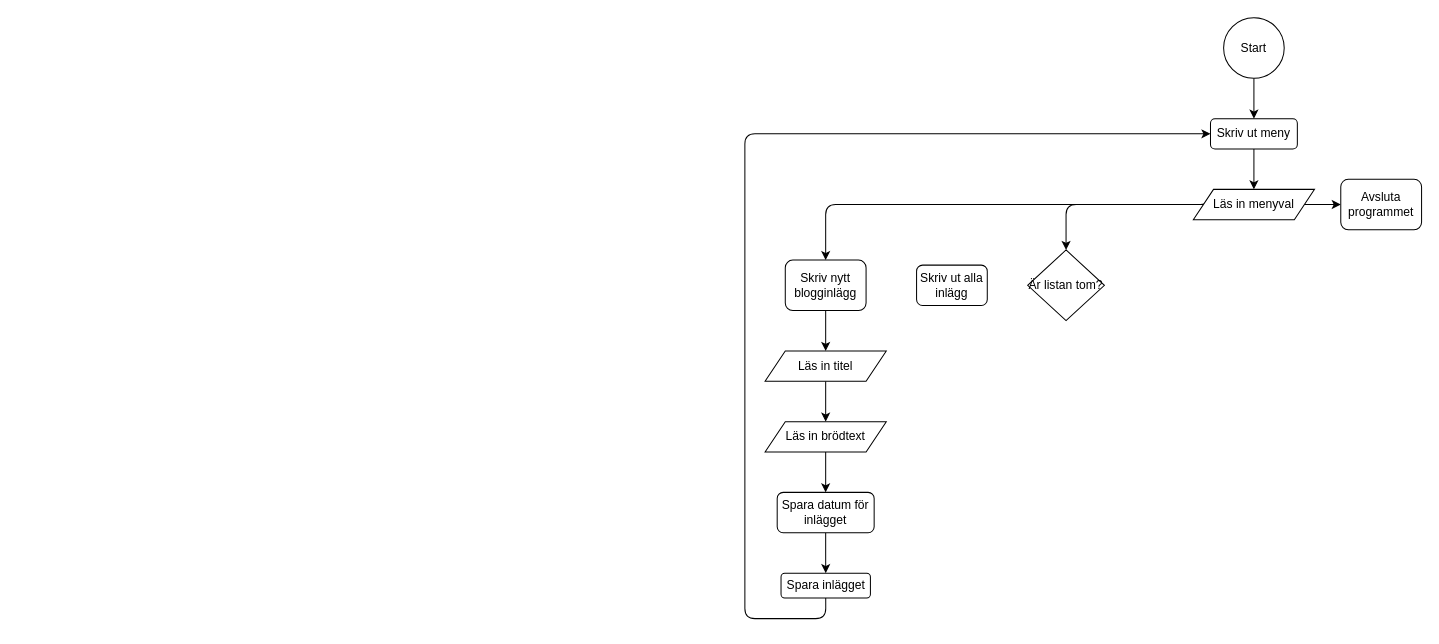
This is Bloggen.drawio from JakeBow/shopping-list, a draw.io file, before an edit. Source tidied: cells renumbered, new cells numbered last; positions are measured from the earlier drawing's top-left corner, leaving out a move shared by most shapes. Both pictures are drawn from the tidied source at 101%, with x=0, y=0 at pixel (744, 17).
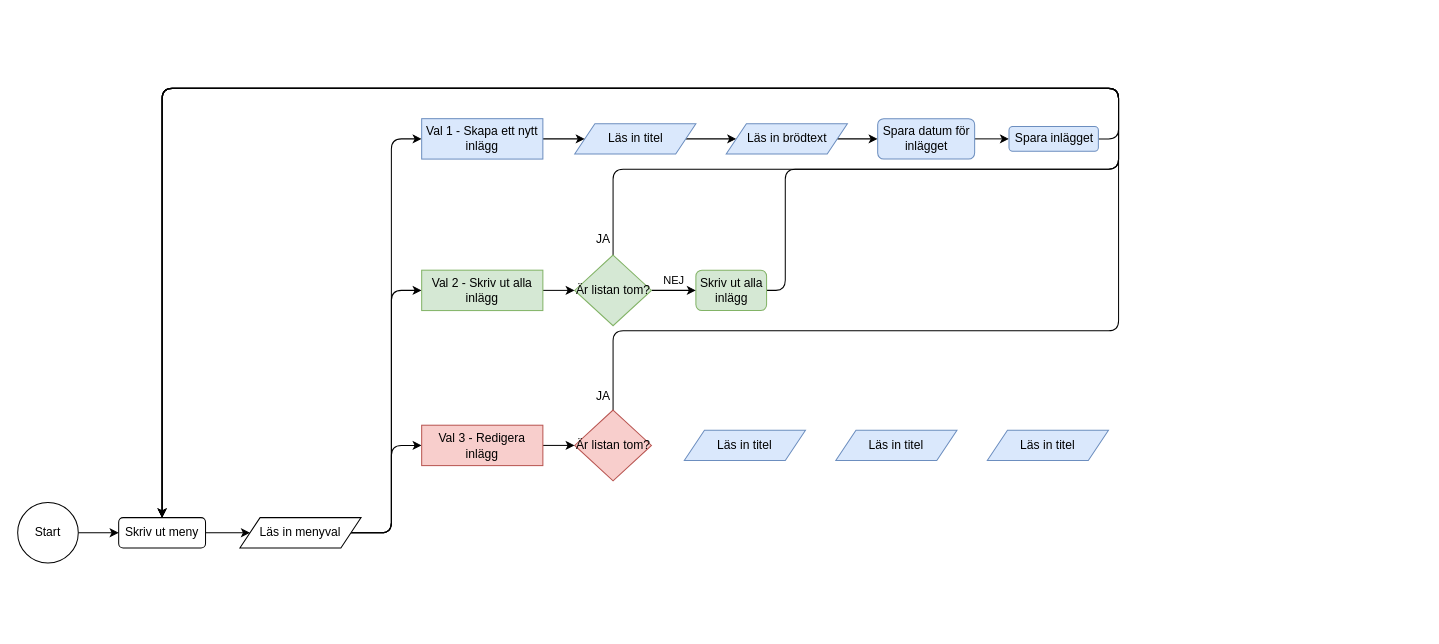
After the change.

What changed in the source:
```diff
@@
-    <mxCell id="2" style="edgeStyle=orthogonalEdgeStyle;rounded=0;jettySize=auto;html=1;exitX=0.5;exitY=1;exitDx=0;exitDy=0;" parent="1" edge="1" source="3" target="9">
+    <mxCell id="2" style="edgeStyle=orthogonalEdgeStyle;shape=connector;curved=0;rounded=1;jettySize=auto;html=1;exitX=1;exitY=0.5;exitDx=0;exitDy=0;entryX=0;entryY=0.5;entryDx=0;entryDy=0;strokeColor=default;align=center;verticalAlign=middle;fontFamily=Helvetica;fontSize=11;fontColor=default;labelBackgroundColor=default;endArrow=classic;" parent="1" edge="1" source="3" target="9">
       <mxGeometry relative="1" as="geometry" />
     </mxCell>
     <mxCell id="3" value="Skriv ut meny" style="rounded=1;whiteSpace=wrap;html=1;fontSize=12;glass=0;strokeWidth=1;shadow=0;" parent="1" vertex="1">
-      <mxGeometry x="461" y="100" width="86" height="30" as="geometry" />
+      <mxGeometry x="-620" y="495" width="86" height="30" as="geometry" />
     </mxCell>
-    <mxCell id="4" style="edgeStyle=orthogonalEdgeStyle;rounded=0;jettySize=auto;html=1;exitX=0.5;exitY=1;exitDx=0;exitDy=0;entryX=0.5;entryY=0;entryDx=0;entryDy=0;" parent="1" edge="1" source="5" target="3">
+    <mxCell id="4" style="edgeStyle=orthogonalEdgeStyle;shape=connector;curved=0;rounded=1;jettySize=auto;html=1;exitX=1;exitY=0.5;exitDx=0;exitDy=0;entryX=0;entryY=0.5;entryDx=0;entryDy=0;strokeColor=default;align=center;verticalAlign=middle;fontFamily=Helvetica;fontSize=11;fontColor=default;labelBackgroundColor=default;endArrow=classic;" parent="1" edge="1" source="5" target="3">
       <mxGeometry relative="1" as="geometry" />
     </mxCell>
     <mxCell id="5" value="Start" style="ellipse;whiteSpace=wrap;html=1;" parent="1" vertex="1">
-      <mxGeometry x="474" width="60" height="60" as="geometry" />
+      <mxGeometry x="-720" y="480" width="60" height="60" as="geometry" />
     </mxCell>
-    <mxCell id="6" style="edgeStyle=orthogonalEdgeStyle;rounded=0;jettySize=auto;html=1;exitX=1;exitY=0.5;exitDx=0;exitDy=0;entryX=0;entryY=0.5;entryDx=0;entryDy=0;" parent="1" edge="1" source="9" target="10">
-      <mxGeometry relative="1" as="geometry" />
-    </mxCell>
-    <mxCell id="7" style="edgeStyle=orthogonalEdgeStyle;rounded=1;jettySize=auto;html=1;exitX=0;exitY=0;exitDx=0;exitDy=0;entryX=0.5;entryY=0;entryDx=0;entryDy=0;curved=0;" parent="1" edge="1" source="9" target="12">
-      <mxGeometry relative="1" as="geometry">
-        <Array as="points">
-          <mxPoint x="461" y="185" />
-          <mxPoint x="80" y="185" />
-        </Array>
-      </mxGeometry>
-    </mxCell>
-    <mxCell id="8" style="edgeStyle=orthogonalEdgeStyle;shape=connector;curved=0;rounded=1;jettySize=auto;html=1;exitX=0;exitY=0.5;exitDx=0;exitDy=0;entryX=0.5;entryY=0;entryDx=0;entryDy=0;strokeColor=default;align=center;verticalAlign=middle;fontFamily=Helvetica;fontSize=11;fontColor=default;labelBackgroundColor=default;endArrow=classic;" parent="1" edge="1" source="9" target="21">
-      <mxGeometry relative="1" as="geometry" />
-    </mxCell>
+    <mxCell id="23" style="edgeStyle=orthogonalEdgeStyle;shape=connector;curved=0;rounded=1;jettySize=auto;html=1;exitX=1;exitY=0.5;exitDx=0;exitDy=0;entryX=0;entryY=0.5;entryDx=0;entryDy=0;strokeColor=default;align=center;verticalAlign=middle;fontFamily=Helvetica;fontSize=11;fontColor=default;labelBackgroundColor=default;endArrow=classic;" parent="1" edge="1" source="9" target="39">
+      <mxGeometry relative="1" as="geometry" />
+    </mxCell>
+    <mxCell id="24" style="edgeStyle=orthogonalEdgeStyle;shape=connector;curved=0;rounded=1;jettySize=auto;html=1;exitX=1;exitY=0.5;exitDx=0;exitDy=0;entryX=0;entryY=0.5;entryDx=0;entryDy=0;strokeColor=default;align=center;verticalAlign=middle;fontFamily=Helvetica;fontSize=11;fontColor=default;labelBackgroundColor=default;endArrow=classic;" parent="1" edge="1" source="9" target="41">
+      <mxGeometry relative="1" as="geometry" />
+    </mxCell>
+    <mxCell id="25" style="edgeStyle=orthogonalEdgeStyle;shape=connector;curved=0;rounded=1;jettySize=auto;html=1;exitX=1;exitY=0.5;exitDx=0;exitDy=0;entryX=0;entryY=0.5;entryDx=0;entryDy=0;strokeColor=default;align=center;verticalAlign=middle;fontFamily=Helvetica;fontSize=11;fontColor=default;labelBackgroundColor=default;endArrow=classic;" parent="1" edge="1" source="9" target="43">
+      <mxGeometry relative="1" as="geometry" />
+    </mxCell>
     <mxCell id="9" value="Läs in menyval" style="shape=parallelogram;perimeter=parallelogramPerimeter;whiteSpace=wrap;html=1;fixedSize=1;" parent="1" vertex="1">
-      <mxGeometry x="444" y="170" width="120" height="30" as="geometry" />
+      <mxGeometry x="-500" y="495" width="120" height="30" as="geometry" />
     </mxCell>
-    <mxCell id="10" value="Avsluta programmet" style="rounded=1;whiteSpace=wrap;html=1;" parent="1" vertex="1">
-      <mxGeometry x="590" y="160" width="80" height="50" as="geometry" />
-    </mxCell>
-    <mxCell id="11" style="edgeStyle=orthogonalEdgeStyle;rounded=0;jettySize=auto;html=1;exitX=0.5;exitY=1;exitDx=0;exitDy=0;entryX=0.5;entryY=0;entryDx=0;entryDy=0;" parent="1" edge="1" source="12" target="14">
-      <mxGeometry relative="1" as="geometry" />
-    </mxCell>
-    <mxCell id="12" value="Skriv nytt blogginlägg" style="rounded=1;whiteSpace=wrap;html=1;" parent="1" vertex="1">
-      <mxGeometry x="40" y="240" width="80" height="50" as="geometry" />
-    </mxCell>
-    <mxCell id="13" style="edgeStyle=orthogonalEdgeStyle;rounded=0;jettySize=auto;html=1;exitX=0.5;exitY=1;exitDx=0;exitDy=0;entryX=0.5;entryY=0;entryDx=0;entryDy=0;" parent="1" edge="1" source="14" target="16">
-      <mxGeometry relative="1" as="geometry" />
-    </mxCell>
-    <mxCell id="14" value="Läs in titel" style="shape=parallelogram;perimeter=parallelogramPerimeter;whiteSpace=wrap;html=1;fixedSize=1;" parent="1" vertex="1">
-      <mxGeometry x="20" y="330" width="120" height="30" as="geometry" />
-    </mxCell>
+    <mxCell id="26" style="edgeStyle=orthogonalEdgeStyle;shape=connector;curved=0;rounded=1;jettySize=auto;html=1;exitX=1;exitY=0.5;exitDx=0;exitDy=0;entryX=0.5;entryY=0;entryDx=0;entryDy=0;strokeColor=default;align=center;verticalAlign=middle;fontFamily=Helvetica;fontSize=11;fontColor=default;labelBackgroundColor=default;endArrow=classic;" parent="1" edge="1" source="22" target="3">
+      <mxGeometry relative="1" as="geometry">
+        <Array as="points">
+          <mxPoint x="40" y="270" />
+          <mxPoint x="40" y="150" />
+          <mxPoint x="370" y="150" />
+          <mxPoint x="370" y="70" />
+          <mxPoint x="-577" y="70" />
+        </Array>
+      </mxGeometry>
+    </mxCell>
+    <mxCell id="22" value="Skriv ut alla inlägg" style="rounded=1;whiteSpace=wrap;html=1;fillColor=#d5e8d4;strokeColor=#82b366;" parent="1" vertex="1">
+      <mxGeometry x="-48.5" y="250" width="70" height="40" as="geometry" />
+    </mxCell>
+    <mxCell id="27" style="edgeStyle=orthogonalEdgeStyle;shape=connector;curved=0;rounded=1;jettySize=auto;html=1;exitX=1;exitY=0.5;exitDx=0;exitDy=0;entryX=0;entryY=0.5;entryDx=0;entryDy=0;strokeColor=default;align=center;verticalAlign=middle;fontFamily=Helvetica;fontSize=11;fontColor=default;labelBackgroundColor=default;endArrow=classic;" parent="1" edge="1" source="29" target="22">
+      <mxGeometry relative="1" as="geometry" />
+    </mxCell>
+    <mxCell id="28" style="edgeStyle=orthogonalEdgeStyle;shape=connector;curved=0;rounded=1;jettySize=auto;html=1;exitX=0.5;exitY=0;exitDx=0;exitDy=0;entryX=0.5;entryY=0;entryDx=0;entryDy=0;strokeColor=default;align=center;verticalAlign=middle;fontFamily=Helvetica;fontSize=11;fontColor=default;labelBackgroundColor=default;endArrow=classic;" parent="1" edge="1" source="29" target="3">
+      <mxGeometry relative="1" as="geometry">
+        <Array as="points">
+          <mxPoint x="-130" y="150" />
+          <mxPoint x="370" y="150" />
+          <mxPoint x="370" y="70" />
+          <mxPoint x="-577" y="70" />
+        </Array>
+      </mxGeometry>
+    </mxCell>
+    <mxCell id="29" value="Är listan tom?" style="rhombus;whiteSpace=wrap;html=1;fillColor=#d5e8d4;strokeColor=#82b366;" parent="1" vertex="1">
+      <mxGeometry x="-168.5" y="235" width="76" height="70" as="geometry" />
+    </mxCell>
+    <mxCell id="30" style="edgeStyle=orthogonalEdgeStyle;shape=connector;curved=0;rounded=1;jettySize=auto;html=1;exitX=1;exitY=0.5;exitDx=0;exitDy=0;entryX=0;entryY=0.5;entryDx=0;entryDy=0;strokeColor=default;align=center;verticalAlign=middle;fontFamily=Helvetica;fontSize=11;fontColor=default;labelBackgroundColor=default;endArrow=classic;" parent="1" edge="1" source="31" target="16">
+      <mxGeometry relative="1" as="geometry" />
+    </mxCell>
+    <mxCell id="31" value="Läs in titel" style="shape=parallelogram;perimeter=parallelogramPerimeter;whiteSpace=wrap;html=1;fixedSize=1;fillColor=#dae8fc;strokeColor=#6c8ebf;" parent="1" vertex="1">
+      <mxGeometry x="-168.5" y="105" width="120" height="30" as="geometry" />
+    </mxCell>
-    <mxCell id="15" style="edgeStyle=orthogonalEdgeStyle;rounded=0;jettySize=auto;html=1;exitX=0.5;exitY=1;exitDx=0;exitDy=0;entryX=0.5;entryY=0;entryDx=0;entryDy=0;" parent="1" edge="1" source="16" target="18">
+    <mxCell id="15" style="edgeStyle=orthogonalEdgeStyle;shape=connector;curved=0;rounded=1;jettySize=auto;html=1;exitX=1;exitY=0.5;exitDx=0;exitDy=0;entryX=0;entryY=0.5;entryDx=0;entryDy=0;strokeColor=default;align=center;verticalAlign=middle;fontFamily=Helvetica;fontSize=11;fontColor=default;labelBackgroundColor=default;endArrow=classic;" parent="1" edge="1" source="16" target="18">
       <mxGeometry relative="1" as="geometry" />
     </mxCell>
-    <mxCell id="16" value="Läs in brödtext" style="shape=parallelogram;perimeter=parallelogramPerimeter;whiteSpace=wrap;html=1;fixedSize=1;" parent="1" vertex="1">
-      <mxGeometry x="20" y="400" width="120" height="30" as="geometry" />
+    <mxCell id="16" value="Läs in brödtext" style="shape=parallelogram;perimeter=parallelogramPerimeter;whiteSpace=wrap;html=1;fixedSize=1;fillColor=#dae8fc;strokeColor=#6c8ebf;" parent="1" vertex="1">
+      <mxGeometry x="-18.5" y="105" width="120" height="30" as="geometry" />
     </mxCell>
-    <mxCell id="17" style="edgeStyle=orthogonalEdgeStyle;rounded=0;jettySize=auto;html=1;exitX=0.5;exitY=1;exitDx=0;exitDy=0;entryX=0.5;entryY=0;entryDx=0;entryDy=0;" parent="1" edge="1" source="18" target="20">
+    <mxCell id="17" style="edgeStyle=orthogonalEdgeStyle;shape=connector;curved=0;rounded=1;jettySize=auto;html=1;exitX=1;exitY=0.5;exitDx=0;exitDy=0;entryX=0;entryY=0.5;entryDx=0;entryDy=0;strokeColor=default;align=center;verticalAlign=middle;fontFamily=Helvetica;fontSize=11;fontColor=default;labelBackgroundColor=default;endArrow=classic;" parent="1" edge="1" source="18" target="20">
       <mxGeometry relative="1" as="geometry" />
     </mxCell>
-    <mxCell id="18" value="Spara datum för inlägget" style="rounded=1;whiteSpace=wrap;html=1;" parent="1" vertex="1">
-      <mxGeometry x="32" y="470" width="96" height="40" as="geometry" />
+    <mxCell id="18" value="Spara datum för inlägget" style="rounded=1;whiteSpace=wrap;html=1;fillColor=#dae8fc;strokeColor=#6c8ebf;" parent="1" vertex="1">
+      <mxGeometry x="131.5" y="100" width="96" height="40" as="geometry" />
     </mxCell>
-    <mxCell id="19" style="edgeStyle=orthogonalEdgeStyle;rounded=1;jettySize=auto;html=1;exitX=0.5;exitY=1;exitDx=0;exitDy=0;strokeColor=default;curved=0;entryX=0;entryY=0.5;entryDx=0;entryDy=0;" parent="1" edge="1" source="20" target="3">
+    <mxCell id="19" style="edgeStyle=orthogonalEdgeStyle;shape=connector;curved=0;rounded=1;jettySize=auto;html=1;exitX=1;exitY=0.5;exitDx=0;exitDy=0;entryX=0.5;entryY=0;entryDx=0;entryDy=0;strokeColor=default;align=center;verticalAlign=middle;fontFamily=Helvetica;fontSize=11;fontColor=default;labelBackgroundColor=default;endArrow=classic;" parent="1" edge="1" source="20" target="3">
       <mxGeometry relative="1" as="geometry">
         <Array as="points">
-          <mxPoint x="80" y="595" />
-          <mxPoint y="595" />
-          <mxPoint y="115" />
+          <mxPoint x="370" y="120" />
+          <mxPoint x="370" y="70" />
+          <mxPoint x="-577" y="70" />
         </Array>
       </mxGeometry>
     </mxCell>
-    <mxCell id="20" value="Spara inlägget" style="rounded=1;whiteSpace=wrap;html=1;" parent="1" vertex="1">
-      <mxGeometry x="35.8" y="550" width="88.5" height="24.5" as="geometry" />
+    <mxCell id="20" value="Spara inlägget" style="rounded=1;whiteSpace=wrap;html=1;fillColor=#dae8fc;strokeColor=#6c8ebf;" parent="1" vertex="1">
+      <mxGeometry x="261.5" y="107.8" width="88.5" height="24.5" as="geometry" />
     </mxCell>
-    <mxCell id="21" value="Är listan tom?" style="rhombus;whiteSpace=wrap;html=1;" parent="1" vertex="1">
-      <mxGeometry x="280" y="230" width="76" height="70" as="geometry" />
-    </mxCell>
-    <mxCell id="22" value="Skriv ut alla inlägg" style="rounded=1;whiteSpace=wrap;html=1;" parent="1" vertex="1">
-      <mxGeometry x="170" y="245" width="70" height="40" as="geometry" />
-    </mxCell>
+    <mxCell id="32" value="&lt;font style=&quot;font-size: 12px;&quot;&gt;JA&lt;/font&gt;" style="text;html=1;align=center;verticalAlign=middle;whiteSpace=wrap;rounded=0;fontFamily=Helvetica;fontSize=11;fontColor=default;labelBackgroundColor=default;" parent="1" vertex="1">
+      <mxGeometry x="-170" y="205" width="60" height="30" as="geometry" />
+    </mxCell>
+    <mxCell id="33" value="NEJ" style="text;html=1;align=center;verticalAlign=middle;whiteSpace=wrap;rounded=0;fontFamily=Helvetica;fontSize=11;fontColor=default;labelBackgroundColor=default;" parent="1" vertex="1">
+      <mxGeometry x="-100" y="250" width="60" height="20" as="geometry" />
+    </mxCell>
+    <mxCell id="34" style="edgeStyle=orthogonalEdgeStyle;shape=connector;curved=0;rounded=1;jettySize=auto;html=1;exitX=0.5;exitY=0;exitDx=0;exitDy=0;entryX=0.5;entryY=0;entryDx=0;entryDy=0;strokeColor=default;align=center;verticalAlign=middle;fontFamily=Helvetica;fontSize=11;fontColor=default;labelBackgroundColor=default;endArrow=classic;" parent="1" edge="1" source="36" target="3">
+      <mxGeometry relative="1" as="geometry">
+        <Array as="points">
+          <mxPoint x="-130" y="310" />
+          <mxPoint x="370" y="310" />
+          <mxPoint x="370" y="70" />
+          <mxPoint x="-577" y="70" />
+        </Array>
+      </mxGeometry>
+    </mxCell>
+    <mxCell id="35" value="&lt;div&gt;&lt;br&gt;&lt;/div&gt;&lt;div&gt;&lt;br&gt;&lt;/div&gt;" style="edgeLabel;html=1;align=center;verticalAlign=middle;fontFamily=Helvetica;fontSize=11;fontColor=default;labelBackgroundColor=default;" parent="34" vertex="1">
+      <mxGeometry x="-0.46" y="3" relative="1" as="geometry" />
+    </mxCell>
+    <mxCell id="36" value="Är listan tom?" style="rhombus;whiteSpace=wrap;html=1;fillColor=#f8cecc;strokeColor=#b85450;" parent="1" vertex="1">
+      <mxGeometry x="-168.5" y="388.5" width="76" height="70" as="geometry" />
+    </mxCell>
+    <mxCell id="37" value="&lt;font style=&quot;font-size: 12px;&quot;&gt;JA&lt;/font&gt;" style="text;html=1;align=center;verticalAlign=middle;whiteSpace=wrap;rounded=0;fontFamily=Helvetica;fontSize=11;fontColor=default;labelBackgroundColor=default;" parent="1" vertex="1">
+      <mxGeometry x="-170" y="360" width="60" height="30" as="geometry" />
+    </mxCell>
+    <mxCell id="38" style="edgeStyle=orthogonalEdgeStyle;shape=connector;curved=0;rounded=1;jettySize=auto;html=1;exitX=1;exitY=0.5;exitDx=0;exitDy=0;entryX=0;entryY=0.5;entryDx=0;entryDy=0;strokeColor=default;align=center;verticalAlign=middle;fontFamily=Helvetica;fontSize=11;fontColor=default;labelBackgroundColor=default;endArrow=classic;" parent="1" edge="1" source="39" target="31">
+      <mxGeometry relative="1" as="geometry" />
+    </mxCell>
+    <mxCell id="39" value="&lt;div&gt;&lt;font style=&quot;font-size: 12px;&quot;&gt;Val 1 - Skapa ett nytt inlägg&lt;/font&gt;&lt;br&gt;&lt;/div&gt;" style="rounded=0;whiteSpace=wrap;html=1;fontFamily=Helvetica;fontSize=11;labelBackgroundColor=none;fillColor=#dae8fc;strokeColor=#6c8ebf;" parent="1" vertex="1">
+      <mxGeometry x="-320" y="100" width="120" height="40" as="geometry" />
+    </mxCell>
+    <mxCell id="40" style="edgeStyle=orthogonalEdgeStyle;shape=connector;curved=0;rounded=1;jettySize=auto;html=1;exitX=1;exitY=0.5;exitDx=0;exitDy=0;entryX=0;entryY=0.5;entryDx=0;entryDy=0;strokeColor=default;align=center;verticalAlign=middle;fontFamily=Helvetica;fontSize=11;fontColor=default;labelBackgroundColor=default;endArrow=classic;" parent="1" edge="1" source="41" target="29">
+      <mxGeometry relative="1" as="geometry" />
+    </mxCell>
+    <mxCell id="41" value="&lt;font style=&quot;font-size: 12px;&quot;&gt;Val 2 - Skriv ut alla inlägg&lt;/font&gt;" style="rounded=0;whiteSpace=wrap;html=1;fontFamily=Helvetica;fontSize=11;labelBackgroundColor=none;fillColor=#d5e8d4;strokeColor=#82b366;" parent="1" vertex="1">
+      <mxGeometry x="-320" y="250" width="120" height="40" as="geometry" />
+    </mxCell>
+    <mxCell id="42" style="edgeStyle=orthogonalEdgeStyle;shape=connector;curved=0;rounded=1;jettySize=auto;html=1;exitX=1;exitY=0.5;exitDx=0;exitDy=0;entryX=0;entryY=0.5;entryDx=0;entryDy=0;strokeColor=default;align=center;verticalAlign=middle;fontFamily=Helvetica;fontSize=11;fontColor=default;labelBackgroundColor=default;endArrow=classic;" parent="1" edge="1" source="43" target="36">
+      <mxGeometry relative="1" as="geometry" />
+    </mxCell>
+    <mxCell id="43" value="&lt;font style=&quot;font-size: 12px;&quot;&gt;Val 3 - Redigera inlägg&lt;br&gt;&lt;/font&gt;" style="rounded=0;whiteSpace=wrap;html=1;fontFamily=Helvetica;fontSize=11;labelBackgroundColor=none;fillColor=#f8cecc;strokeColor=#b85450;" parent="1" vertex="1">
+      <mxGeometry x="-320" y="403.5" width="120" height="40" as="geometry" />
+    </mxCell>
+    <mxCell id="44" value="Läs in titel" style="shape=parallelogram;perimeter=parallelogramPerimeter;whiteSpace=wrap;html=1;fixedSize=1;fillColor=#dae8fc;strokeColor=#6c8ebf;" parent="1" vertex="1">
+      <mxGeometry x="-60" y="408.5" width="120" height="30" as="geometry" />
+    </mxCell>
+    <mxCell id="45" value="Läs in titel" style="shape=parallelogram;perimeter=parallelogramPerimeter;whiteSpace=wrap;html=1;fixedSize=1;fillColor=#dae8fc;strokeColor=#6c8ebf;" parent="1" vertex="1">
+      <mxGeometry x="90" y="408.5" width="120" height="30" as="geometry" />
+    </mxCell>
+    <mxCell id="46" value="Läs in titel" style="shape=parallelogram;perimeter=parallelogramPerimeter;whiteSpace=wrap;html=1;fixedSize=1;fillColor=#dae8fc;strokeColor=#6c8ebf;" parent="1" vertex="1">
+      <mxGeometry x="240" y="408.5" width="120" height="30" as="geometry" />
+    </mxCell>
```
